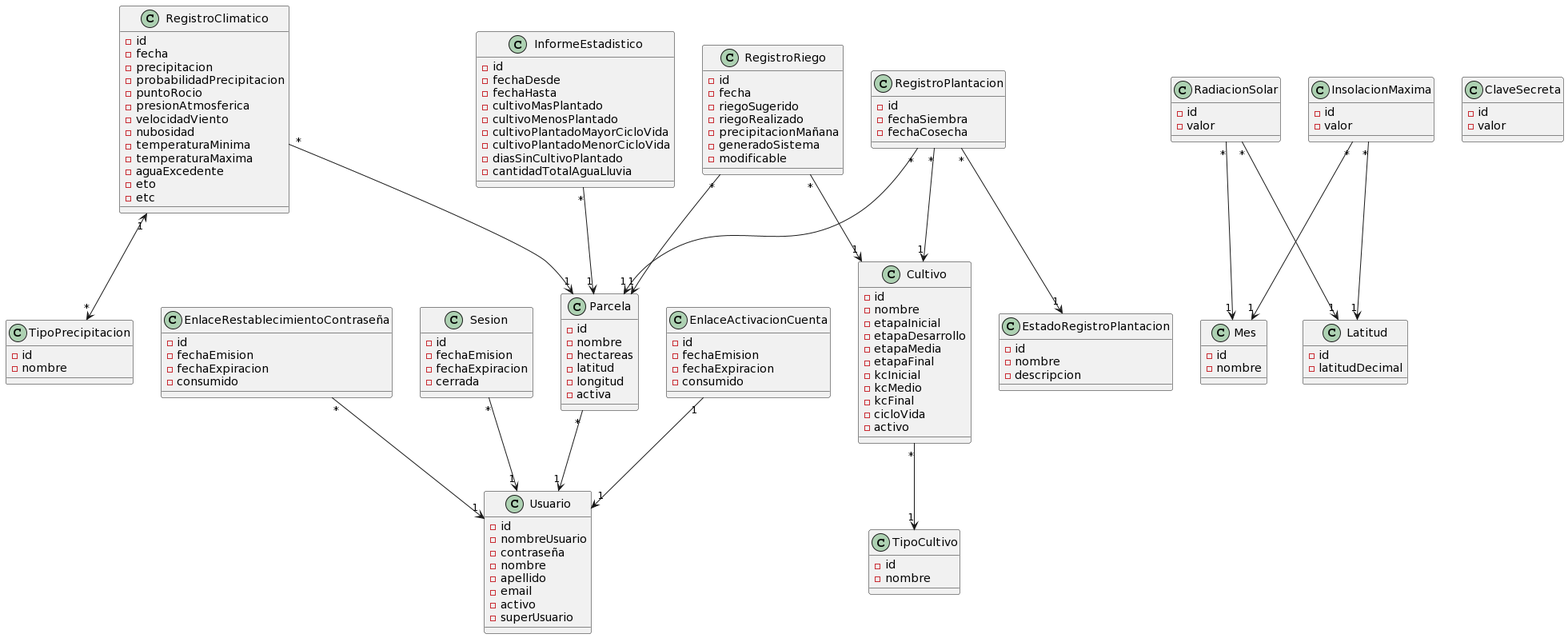
facundopaez-dev/sistema-web-riego keeps this PlantUML diagram as domain model/Modelo de dominio.png. Above is the earlier version.
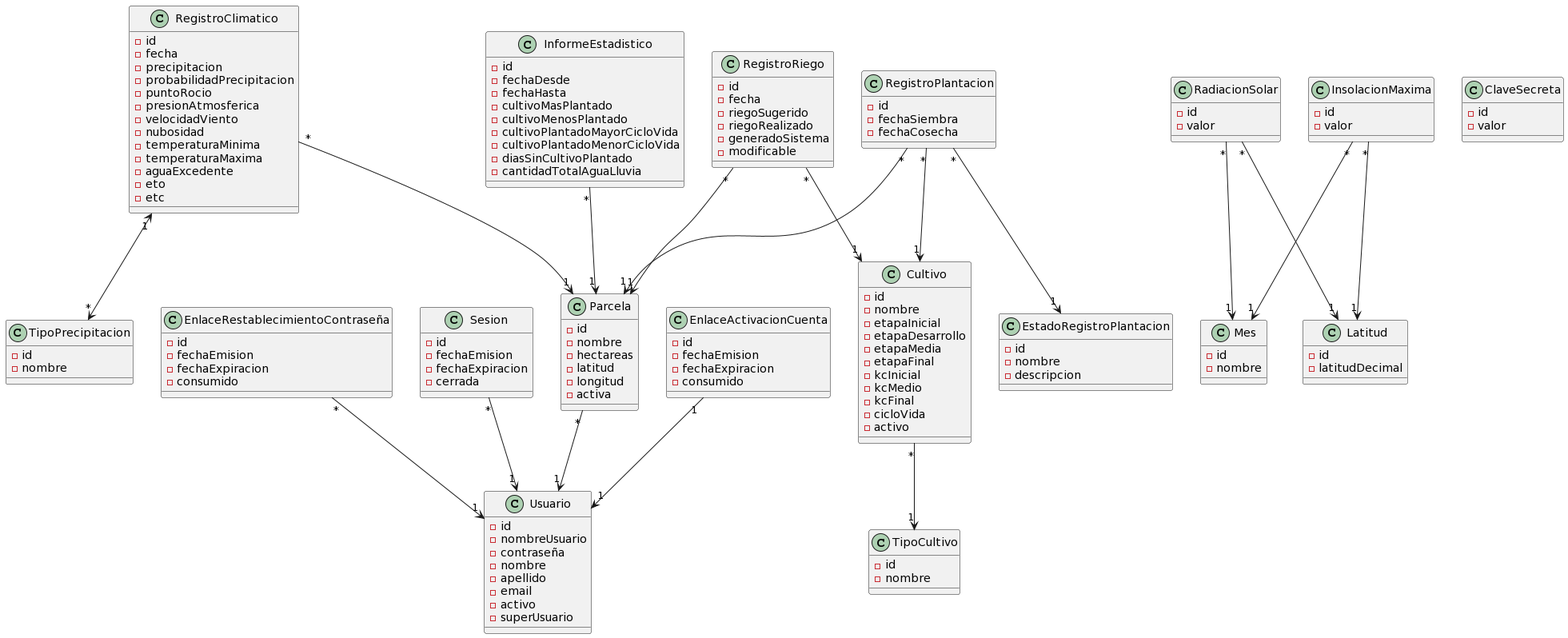
Above is the later version.

Commit message:
Atributo 'precipitacionMañana' eliminado de la entidad RegistroRiego del modelo de dominio, tarea #133

The edit, as a diff of the source:
```diff
@@ -89,7 +89,6 @@
 -fecha
 -riegoSugerido
 -riegoRealizado
--precipitacionMañana
 -generadoSistema
 -modificable
 }
```
